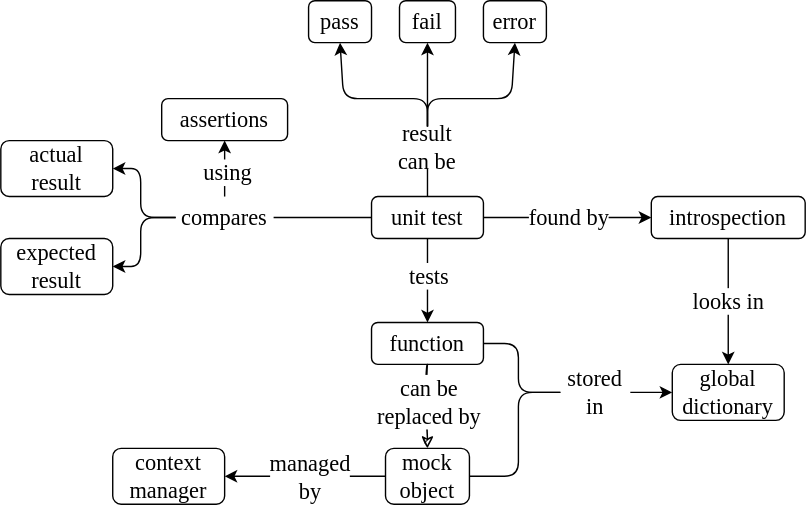
Above: en/src/tester/tester_concept_map.svg in gvwilson/sdxpy (draw.io), before the change. Source tidied: cells renumbered, new cells last; positions are measured from the earlier drawing's top-left corner, leaving out a move shared by most shapes.
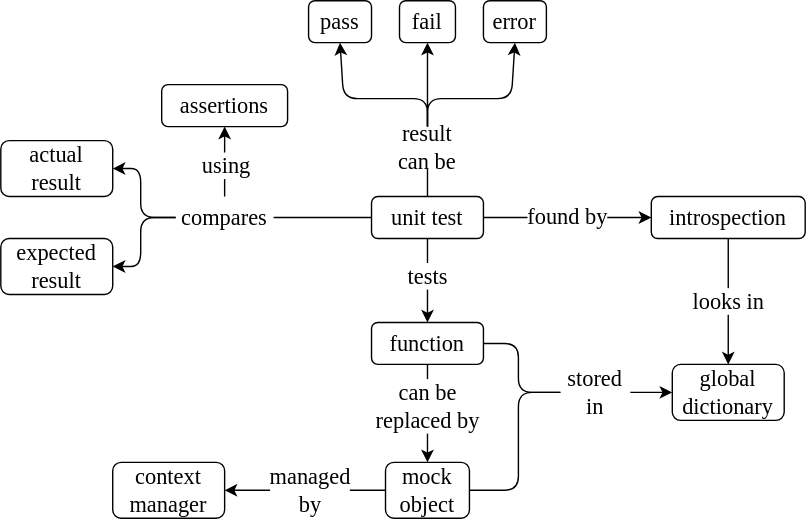
After the change.

The edit, as a diff of the source:
```diff
@@ -24,13 +24,13 @@
       <mxGeometry x="465" y="140" width="110" height="30" as="geometry" />
     </mxCell>
     <mxCell id="9" value="&lt;font style=&quot;font-size: 16px; line-height: 1;&quot;&gt;mock object&lt;br style=&quot;font-size: 16px;&quot;&gt;&lt;/font&gt;" style="rounded=1;whiteSpace=wrap;html=1;hachureGap=4;fontFamily=Verdana;fontSize=16;fillColor=none;" parent="1" vertex="1">
-      <mxGeometry x="275" y="320" width="60" height="40" as="geometry" />
+      <mxGeometry x="275" y="330" width="60" height="40" as="geometry" />
     </mxCell>
     <mxCell id="10" value="&lt;font style=&quot;font-size: 16px; line-height: 1;&quot;&gt;context manager&lt;br style=&quot;font-size: 16px;&quot;&gt;&lt;/font&gt;" style="rounded=1;whiteSpace=wrap;html=1;hachureGap=4;fontFamily=Verdana;fontSize=16;fillColor=none;" parent="1" vertex="1">
-      <mxGeometry x="80" y="320" width="80" height="40" as="geometry" />
+      <mxGeometry x="80" y="330" width="80" height="40" as="geometry" />
     </mxCell>
     <mxCell id="11" value="&lt;font style=&quot;font-size: 16px;&quot;&gt;assertions&lt;/font&gt;" style="rounded=1;whiteSpace=wrap;html=1;hachureGap=4;fontFamily=Verdana;fontSize=16;fillColor=none;" parent="1" vertex="1">
-      <mxGeometry x="115" y="70" width="90" height="30" as="geometry" />
+      <mxGeometry x="115" y="60" width="90" height="30" as="geometry" />
     </mxCell>
     <mxCell id="12" style="endArrow=classic;html=1;rounded=1;hachureGap=4;fontFamily=Verdana;fontSize=16;sourcePerimeterSpacing=8;targetPerimeterSpacing=8;entryX=0.5;entryY=1;entryDx=0;entryDy=0;exitX=0.5;exitY=0;exitDx=0;exitDy=0;" parent="1" edge="1" source="13" target="3">
       <mxGeometry relative="1" as="geometry">
@@ -88,7 +88,7 @@
     <mxCell id="23" value="tests" style="edgeLabel;html=1;align=center;verticalAlign=middle;fontSize=16;fontFamily=Verdana;" parent="22" vertex="1">
       <mxGeometry x="-0.13" relative="1" as="geometry" />
     </mxCell>
-    <mxCell id="24" style="endArrow=classic;html=1;rounded=0;sketch=1;hachureGap=4;fontFamily=Verdana;fontSize=16;sourcePerimeterSpacing=8;targetPerimeterSpacing=8;curved=1;entryX=0.5;entryY=0;entryDx=0;entryDy=0;exitX=0.5;exitY=1;exitDx=0;exitDy=0;" parent="1" edge="1" source="21" target="9">
+    <mxCell id="24" style="endArrow=classic;html=1;rounded=0;hachureGap=4;fontFamily=Verdana;fontSize=16;sourcePerimeterSpacing=8;targetPerimeterSpacing=8;curved=1;entryX=0.5;entryY=0;entryDx=0;entryDy=0;exitX=0.5;exitY=1;exitDx=0;exitDy=0;" parent="1" edge="1" source="21" target="9">
       <mxGeometry relative="1" as="geometry" />
     </mxCell>
     <mxCell id="25" value="can be&lt;br style=&quot;font-size: 16px;&quot;&gt;replaced by" style="edgeLabel;html=1;align=center;verticalAlign=middle;fontSize=16;fontFamily=Verdana;" parent="24" vertex="1">
@@ -128,7 +128,7 @@
     <mxCell id="34" style="endArrow=none;html=1;rounded=1;hachureGap=4;fontFamily=Verdana;fontSize=16;sourcePerimeterSpacing=8;targetPerimeterSpacing=8;entryX=0;entryY=0.5;entryDx=0;entryDy=0;exitX=1;exitY=0.5;exitDx=0;exitDy=0;" parent="1" edge="1" source="9" target="32">
       <mxGeometry relative="1" as="geometry">
         <Array as="points">
-          <mxPoint x="370" y="340" />
+          <mxPoint x="370" y="350" />
           <mxPoint x="370" y="280" />
         </Array>
       </mxGeometry>
```
